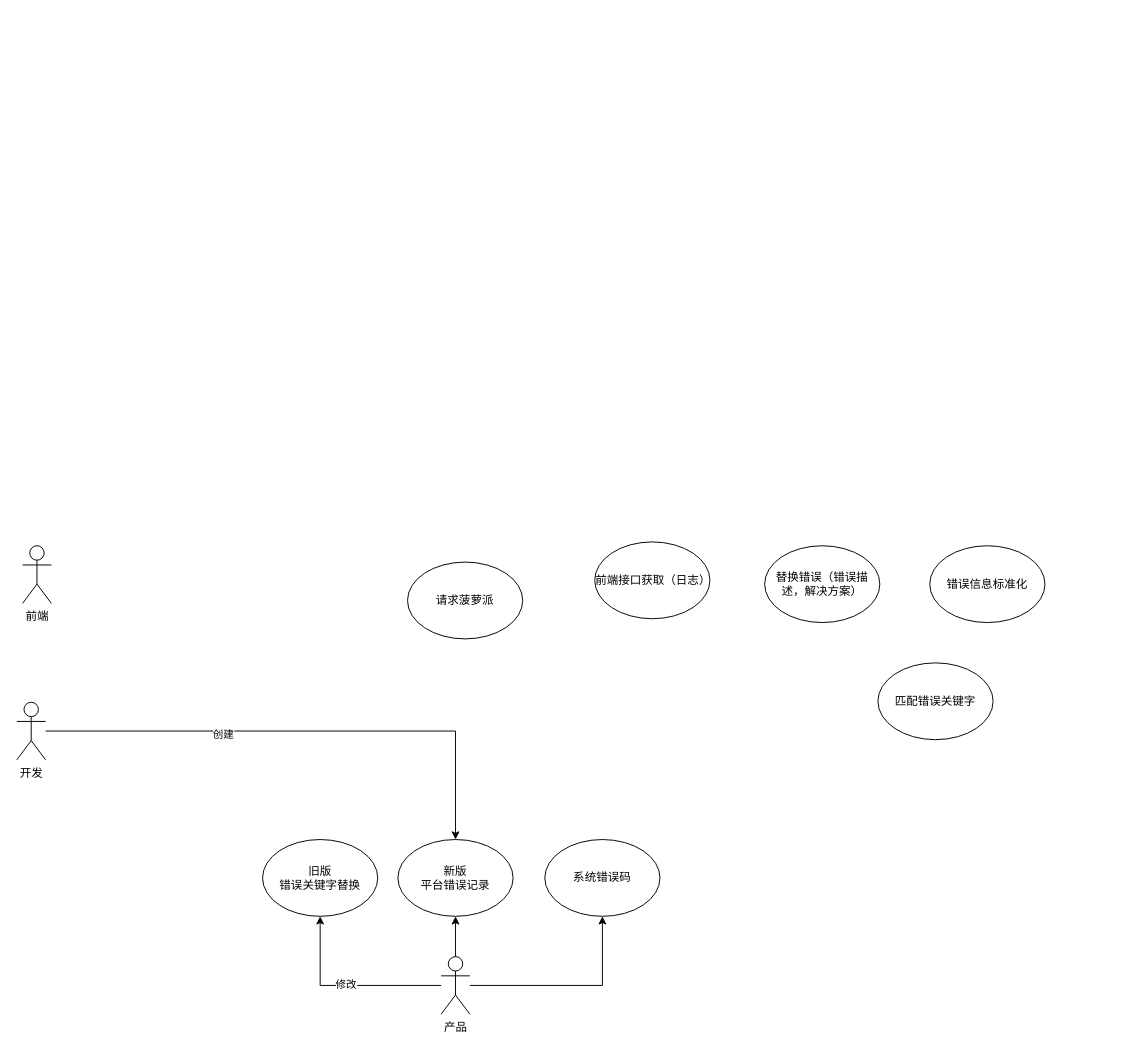
This is 未命名绘图.drawio from ruanjuncong/draw, a draw.io file, before an edit. Source tidied: cells renumbered, new cells numbered last; positions are measured from the earlier drawing's top-left corner, leaving out a move shared by most shapes. Both pictures are drawn from the tidied source at 96%, with x=0, y=0 at pixel (16, 541).
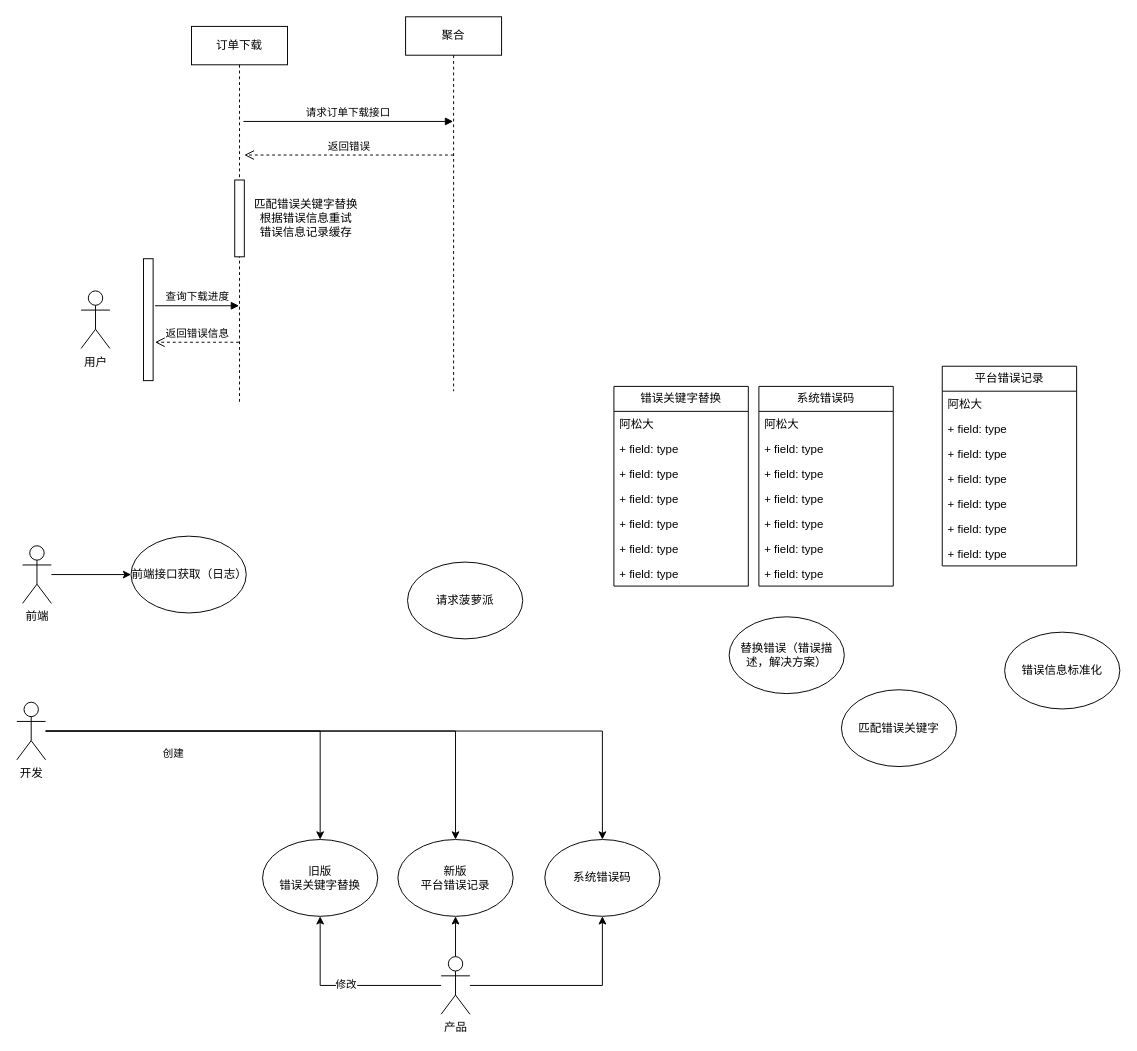
Above is the later version.

Commit message:
更新未命名绘图.drawio

The change refers to these unchanged cells:
```xml
<mxCell id="7" value="系统错误码" style="ellipse;whiteSpace=wrap;html=1;" parent="1" vertex="1">
  <mxGeometry x="550" y="310" width="120" height="80" as="geometry" />
</mxCell>
<mxCell id="8" value="前端" style="shape=umlActor;verticalLabelPosition=bottom;verticalAlign=top;html=1;outlineConnect=0;" parent="1" vertex="1">
  <mxGeometry x="6" y="4" width="30" height="60" as="geometry" />
</mxCell>
<mxCell id="15" value="&lt;div&gt;旧版&lt;/div&gt;错误关键字替换" style="ellipse;whiteSpace=wrap;html=1;" parent="1" vertex="1">
  <mxGeometry x="256" y="310" width="120" height="80" as="geometry" />
</mxCell>
<mxCell id="16" style="edgeStyle=orthogonalEdgeStyle;rounded=0;jettySize=auto;html=1;" parent="1" edge="1" source="18" target="14">
  <mxGeometry relative="1" as="geometry" />
</mxCell>
<mxCell id="18" value="开发" style="shape=umlActor;verticalLabelPosition=bottom;verticalAlign=top;html=1;outlineConnect=0;" parent="1" vertex="1">
  <mxGeometry y="167" width="30" height="60" as="geometry" />
</mxCell>
```

What changed in the source:
```diff
@@
     <mxCell id="3" value="匹配错误关键字" style="ellipse;whiteSpace=wrap;html=1;" parent="1" vertex="1">
-      <mxGeometry x="897" y="126" width="120" height="80" as="geometry" />
+      <mxGeometry x="859" y="154" width="120" height="80" as="geometry" />
     </mxCell>
     <mxCell id="4" value="错误信息标准化" style="ellipse;whiteSpace=wrap;html=1;" parent="1" vertex="1">
-      <mxGeometry x="951" y="4" width="120" height="80" as="geometry" />
+      <mxGeometry x="1029" y="94" width="120" height="80" as="geometry" />
     </mxCell>
     <mxCell id="5" value="前端接口获取（日志）" style="ellipse;whiteSpace=wrap;html=1;" parent="1" vertex="1">
-      <mxGeometry x="602" width="120" height="80" as="geometry" />
+      <mxGeometry x="119" y="-6" width="120" height="80" as="geometry" />
     </mxCell>
     <mxCell id="6" value="替换错误（错误描述，解决方案）" style="ellipse;whiteSpace=wrap;html=1;" parent="1" vertex="1">
-      <mxGeometry x="779" y="4" width="120" height="80" as="geometry" />
+      <mxGeometry x="742" y="78" width="120" height="80" as="geometry" />
     </mxCell>
@@
+    <mxCell id="19" style="edgeStyle=orthogonalEdgeStyle;rounded=0;jettySize=auto;html=1;entryX=0;entryY=0.5;entryDx=0;entryDy=0;" parent="1" edge="1" source="8" target="5">
+      <mxGeometry relative="1" as="geometry" />
+    </mxCell>
@@
     <mxCell id="17" value="创建" style="edgeLabel;html=1;align=center;verticalAlign=middle;" parent="16" vertex="1">
-      <mxGeometry x="-0.32" y="-3" relative="1" as="geometry" />
+      <mxGeometry x="-0.32" y="-3" relative="1" as="geometry">
+        <mxPoint x="-52" y="20" as="offset" />
+      </mxGeometry>
     </mxCell>
+    <mxCell id="20" style="edgeStyle=orthogonalEdgeStyle;rounded=0;jettySize=auto;html=1;" parent="1" edge="1" source="18" target="15">
+      <mxGeometry relative="1" as="geometry" />
+    </mxCell>
+    <mxCell id="21" style="edgeStyle=orthogonalEdgeStyle;rounded=0;jettySize=auto;html=1;" parent="1" edge="1" source="18" target="7">
+      <mxGeometry relative="1" as="geometry" />
+    </mxCell>
@@
+    <mxCell id="22" value="订单下载" style="shape=umlLifeline;perimeter=lifelinePerimeter;whiteSpace=wrap;html=1;outlineConnect=0;portConstraint=eastwest;newEdgeStyle={&quot;curved&quot;:0,&quot;rounded&quot;:0};" parent="1" vertex="1">
+      <mxGeometry x="182" y="-537" width="100" height="391" as="geometry" />
+    </mxCell>
+    <mxCell id="23" style="html=1;perimeter=orthogonalPerimeter;targetShapes=umlLifeline;newEdgeStyle={&quot;curved&quot;:0,&quot;rounded&quot;:0};" parent="22" vertex="1">
+      <mxGeometry x="45" y="160" width="10" height="80" as="geometry" />
+    </mxCell>
+    <mxCell id="24" value="聚合" style="shape=umlLifeline;perimeter=lifelinePerimeter;whiteSpace=wrap;html=1;outlineConnect=0;portConstraint=eastwest;newEdgeStyle={&quot;curved&quot;:0,&quot;rounded&quot;:0};" parent="1" vertex="1">
+      <mxGeometry x="405" y="-547" width="100" height="390" as="geometry" />
+    </mxCell>
+    <mxCell id="25" value="用户" style="shape=umlActor;verticalLabelPosition=bottom;verticalAlign=top;html=1;" parent="1" vertex="1">
+      <mxGeometry x="67" y="-261.5" width="30" height="60" as="geometry" />
+    </mxCell>
+    <mxCell id="26" style="html=1;perimeter=orthogonalPerimeter;targetShapes=umlLifeline;newEdgeStyle={&quot;curved&quot;:0,&quot;rounded&quot;:0};" parent="1" vertex="1">
+      <mxGeometry x="132" y="-295" width="10" height="127" as="geometry" />
+    </mxCell>
+    <mxCell id="27" value="请求订单下载接口" style="html=1;verticalAlign=bottom;endArrow=block;curved=0;rounded=0;" parent="1" edge="1" target="24">
+      <mxGeometry relative="1" as="geometry">
+        <mxPoint x="236" y="-438" as="sourcePoint" />
+      </mxGeometry>
+    </mxCell>
+    <mxCell id="28" value="返回错误" style="html=1;verticalAlign=bottom;endArrow=open;dashed=1;endSize=8;curved=0;rounded=0;" parent="1" edge="1">
+      <mxGeometry relative="1" as="geometry">
+        <mxPoint x="455" y="-403" as="sourcePoint" />
+        <mxPoint x="237" y="-403" as="targetPoint" />
+      </mxGeometry>
+    </mxCell>
+    <mxCell id="29" value="匹配错误关键字替换&lt;div&gt;根据错误信息重试&lt;/div&gt;&lt;div&gt;错误信息记录缓存&lt;/div&gt;" style="text;html=1;whiteSpace=wrap;strokeColor=none;fillColor=none;align=center;verticalAlign=middle;rounded=0;" parent="1" vertex="1">
+      <mxGeometry x="244" y="-375" width="115" height="76" as="geometry" />
+    </mxCell>
+    <mxCell id="30" value="查询下载进度" style="html=1;verticalAlign=bottom;endArrow=block;curved=0;rounded=0;" parent="1" edge="1" target="22">
+      <mxGeometry relative="1" as="geometry">
+        <mxPoint x="144" y="-246" as="sourcePoint" />
+      </mxGeometry>
+    </mxCell>
+    <mxCell id="31" value="返回错误信息" style="html=1;verticalAlign=bottom;endArrow=open;dashed=1;endSize=8;curved=0;rounded=0;" parent="1" edge="1" source="22">
+      <mxGeometry relative="1" as="geometry">
+        <mxPoint x="144" y="-208" as="targetPoint" />
+      </mxGeometry>
+    </mxCell>
+    <mxCell id="32" value="错误关键字替换" style="swimlane;fontStyle=0;horizontal=1;startSize=26;fillColor=none;whiteSpace=wrap;html=1;" parent="1" vertex="1">
+      <mxGeometry x="622" y="-162" width="140" height="208" as="geometry" />
+    </mxCell>
+    <mxCell id="33" value="阿松大" style="text;strokeColor=none;fillColor=none;align=left;verticalAlign=top;spacingLeft=4;spacingRight=4;overflow=hidden;whiteSpace=wrap;html=1;" parent="32" vertex="1">
+      <mxGeometry y="26" width="140" height="26" as="geometry" />
+    </mxCell>
+    <mxCell id="34" value="+ field: type" style="text;strokeColor=none;fillColor=none;align=left;verticalAlign=top;spacingLeft=4;spacingRight=4;overflow=hidden;whiteSpace=wrap;html=1;" parent="32" vertex="1">
+      <mxGeometry y="52" width="140" height="26" as="geometry" />
+    </mxCell>
+    <mxCell id="35" value="+ field: type" style="text;strokeColor=none;fillColor=none;align=left;verticalAlign=top;spacingLeft=4;spacingRight=4;overflow=hidden;whiteSpace=wrap;html=1;" parent="32" vertex="1">
+      <mxGeometry y="78" width="140" height="26" as="geometry" />
+    </mxCell>
+    <mxCell id="36" value="+ field: type" style="text;strokeColor=none;fillColor=none;align=left;verticalAlign=top;spacingLeft=4;spacingRight=4;overflow=hidden;whiteSpace=wrap;html=1;" parent="32" vertex="1">
+      <mxGeometry y="104" width="140" height="26" as="geometry" />
+    </mxCell>
+    <mxCell id="37" value="+ field: type" style="text;strokeColor=none;fillColor=none;align=left;verticalAlign=top;spacingLeft=4;spacingRight=4;overflow=hidden;whiteSpace=wrap;html=1;" parent="32" vertex="1">
+      <mxGeometry y="130" width="140" height="26" as="geometry" />
+    </mxCell>
+    <mxCell id="38" value="+ field: type" style="text;strokeColor=none;fillColor=none;align=left;verticalAlign=top;spacingLeft=4;spacingRight=4;overflow=hidden;whiteSpace=wrap;html=1;" parent="32" vertex="1">
+      <mxGeometry y="156" width="140" height="26" as="geometry" />
+    </mxCell>
+    <mxCell id="39" value="+ field: type" style="text;strokeColor=none;fillColor=none;align=left;verticalAlign=top;spacingLeft=4;spacingRight=4;overflow=hidden;whiteSpace=wrap;html=1;" parent="32" vertex="1">
+      <mxGeometry y="182" width="140" height="26" as="geometry" />
+    </mxCell>
+    <mxCell id="40" value="系统错误码" style="swimlane;fontStyle=0;horizontal=1;startSize=26;fillColor=none;whiteSpace=wrap;html=1;" parent="1" vertex="1">
+      <mxGeometry x="773" y="-162" width="140" height="208" as="geometry" />
+    </mxCell>
+    <mxCell id="41" value="阿松大" style="text;strokeColor=none;fillColor=none;align=left;verticalAlign=top;spacingLeft=4;spacingRight=4;overflow=hidden;whiteSpace=wrap;html=1;" parent="40" vertex="1">
+      <mxGeometry y="26" width="140" height="26" as="geometry" />
+    </mxCell>
+    <mxCell id="42" value="+ field: type" style="text;strokeColor=none;fillColor=none;align=left;verticalAlign=top;spacingLeft=4;spacingRight=4;overflow=hidden;whiteSpace=wrap;html=1;" parent="40" vertex="1">
+      <mxGeometry y="52" width="140" height="26" as="geometry" />
+    </mxCell>
+    <mxCell id="43" value="+ field: type" style="text;strokeColor=none;fillColor=none;align=left;verticalAlign=top;spacingLeft=4;spacingRight=4;overflow=hidden;whiteSpace=wrap;html=1;" parent="40" vertex="1">
+      <mxGeometry y="78" width="140" height="26" as="geometry" />
+    </mxCell>
+    <mxCell id="44" value="+ field: type" style="text;strokeColor=none;fillColor=none;align=left;verticalAlign=top;spacingLeft=4;spacingRight=4;overflow=hidden;whiteSpace=wrap;html=1;" parent="40" vertex="1">
+      <mxGeometry y="104" width="140" height="26" as="geometry" />
+    </mxCell>
+    <mxCell id="45" value="+ field: type" style="text;strokeColor=none;fillColor=none;align=left;verticalAlign=top;spacingLeft=4;spacingRight=4;overflow=hidden;whiteSpace=wrap;html=1;" parent="40" vertex="1">
+      <mxGeometry y="130" width="140" height="26" as="geometry" />
+    </mxCell>
+    <mxCell id="46" value="+ field: type" style="text;strokeColor=none;fillColor=none;align=left;verticalAlign=top;spacingLeft=4;spacingRight=4;overflow=hidden;whiteSpace=wrap;html=1;" parent="40" vertex="1">
+      <mxGeometry y="156" width="140" height="26" as="geometry" />
+    </mxCell>
+    <mxCell id="47" value="+ field: type" style="text;strokeColor=none;fillColor=none;align=left;verticalAlign=top;spacingLeft=4;spacingRight=4;overflow=hidden;whiteSpace=wrap;html=1;" parent="40" vertex="1">
+      <mxGeometry y="182" width="140" height="26" as="geometry" />
+    </mxCell>
+    <mxCell id="48" value="平台错误记录" style="swimlane;fontStyle=0;horizontal=1;startSize=26;fillColor=none;whiteSpace=wrap;html=1;" parent="1" vertex="1">
+      <mxGeometry x="964" y="-183" width="140" height="208" as="geometry" />
+    </mxCell>
+    <mxCell id="49" value="阿松大" style="text;strokeColor=none;fillColor=none;align=left;verticalAlign=top;spacingLeft=4;spacingRight=4;overflow=hidden;whiteSpace=wrap;html=1;" parent="48" vertex="1">
+      <mxGeometry y="26" width="140" height="26" as="geometry" />
+    </mxCell>
+    <mxCell id="50" value="+ field: type" style="text;strokeColor=none;fillColor=none;align=left;verticalAlign=top;spacingLeft=4;spacingRight=4;overflow=hidden;whiteSpace=wrap;html=1;" parent="48" vertex="1">
+      <mxGeometry y="52" width="140" height="26" as="geometry" />
+    </mxCell>
+    <mxCell id="51" value="+ field: type" style="text;strokeColor=none;fillColor=none;align=left;verticalAlign=top;spacingLeft=4;spacingRight=4;overflow=hidden;whiteSpace=wrap;html=1;" parent="48" vertex="1">
+      <mxGeometry y="78" width="140" height="26" as="geometry" />
+    </mxCell>
+    <mxCell id="52" value="+ field: type" style="text;strokeColor=none;fillColor=none;align=left;verticalAlign=top;spacingLeft=4;spacingRight=4;overflow=hidden;whiteSpace=wrap;html=1;" parent="48" vertex="1">
+      <mxGeometry y="104" width="140" height="26" as="geometry" />
+    </mxCell>
+    <mxCell id="53" value="+ field: type" style="text;strokeColor=none;fillColor=none;align=left;verticalAlign=top;spacingLeft=4;spacingRight=4;overflow=hidden;whiteSpace=wrap;html=1;" parent="48" vertex="1">
+      <mxGeometry y="130" width="140" height="26" as="geometry" />
+    </mxCell>
+    <mxCell id="54" value="+ field: type" style="text;strokeColor=none;fillColor=none;align=left;verticalAlign=top;spacingLeft=4;spacingRight=4;overflow=hidden;whiteSpace=wrap;html=1;" parent="48" vertex="1">
+      <mxGeometry y="156" width="140" height="26" as="geometry" />
+    </mxCell>
+    <mxCell id="55" value="+ field: type" style="text;strokeColor=none;fillColor=none;align=left;verticalAlign=top;spacingLeft=4;spacingRight=4;overflow=hidden;whiteSpace=wrap;html=1;" parent="48" vertex="1">
+      <mxGeometry y="182" width="140" height="26" as="geometry" />
+    </mxCell>
```
